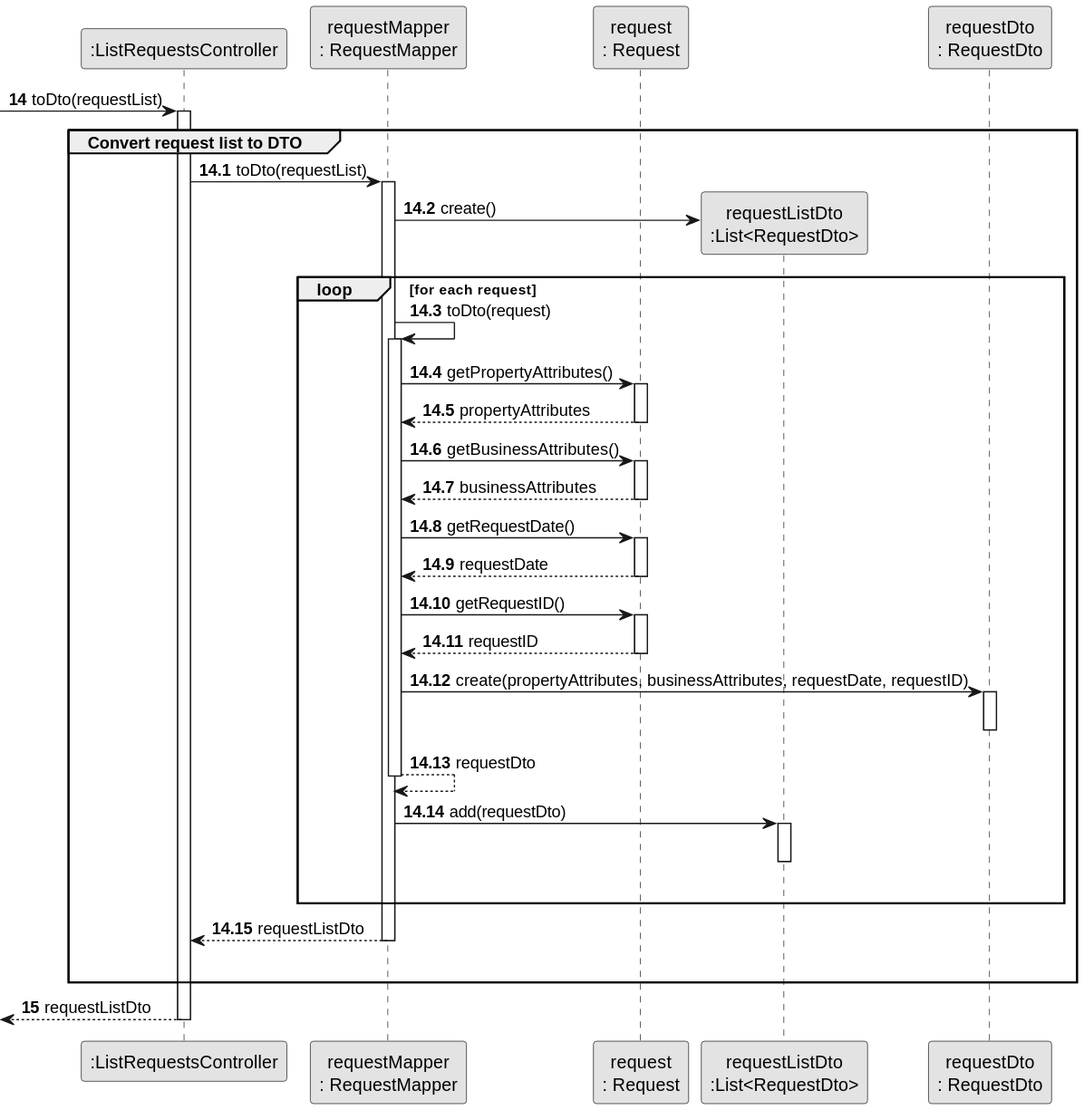
rita-barbosa/LAPR2-2223 keeps this PlantUML diagram as docs/sprintD/us008/03.design/svg/us008-sequence-diagram-partial-convert-request-list-to-DTO.svg. Above is the earlier version. Its diagram source:
```plantuml
@startuml
skinparam monochrome true
skinparam packageStyle rectangle
skinparam shadowing false


participant ":ListRequestsController" as CTRL
participant "requestMapper\n: RequestMapper" as ReqMapper
participant "request\n: Request" as REQUEST
participant "requestListDto\n:List<RequestDto>" as REQLISTDTO
participant "requestDto\n: RequestDto" as ReqDto

autonumber 14
    -> CTRL: toDto(requestList)
    activate CTRL

group Convert request list to DTO

autonumber 14.1
    CTRL -> ReqMapper : toDto(requestList)
    activate ReqMapper

    ReqMapper -> REQLISTDTO** : create()

    loop for each request
    ReqMapper -> ReqMapper : toDto(request)
    activate ReqMapper

    ReqMapper -> REQUEST : getPropertyAttributes()
    activate REQUEST

    REQUEST --> ReqMapper : propertyAttributes
    deactivate REQUEST

    ReqMapper -> REQUEST : getBusinessAttributes()
    activate REQUEST

    REQUEST --> ReqMapper : businessAttributes
    deactivate REQUEST

    ReqMapper -> REQUEST : getRequestDate()
    activate REQUEST

    REQUEST --> ReqMapper : requestDate
    deactivate REQUEST

    ReqMapper -> REQUEST : getRequestID()
    activate REQUEST

    REQUEST --> ReqMapper : requestID
    deactivate REQUEST

    ReqMapper -> ReqDto : create(propertyAttributes, businessAttributes, requestDate, requestID)
    activate ReqDto
    deactivate ReqDto

    ReqMapper --> ReqMapper : requestDto
    deactivate ReqMapper

    ReqMapper -> REQLISTDTO : add(requestDto)
    activate REQLISTDTO
    deactivate REQLISTDTO
    |||
    end

    ReqMapper --> CTRL : requestListDto
    deactivate ReqMapper
    |||

end group
autonumber 15
     <-- CTRL: requestListDto
     deactivate CTRL
@enduml
```
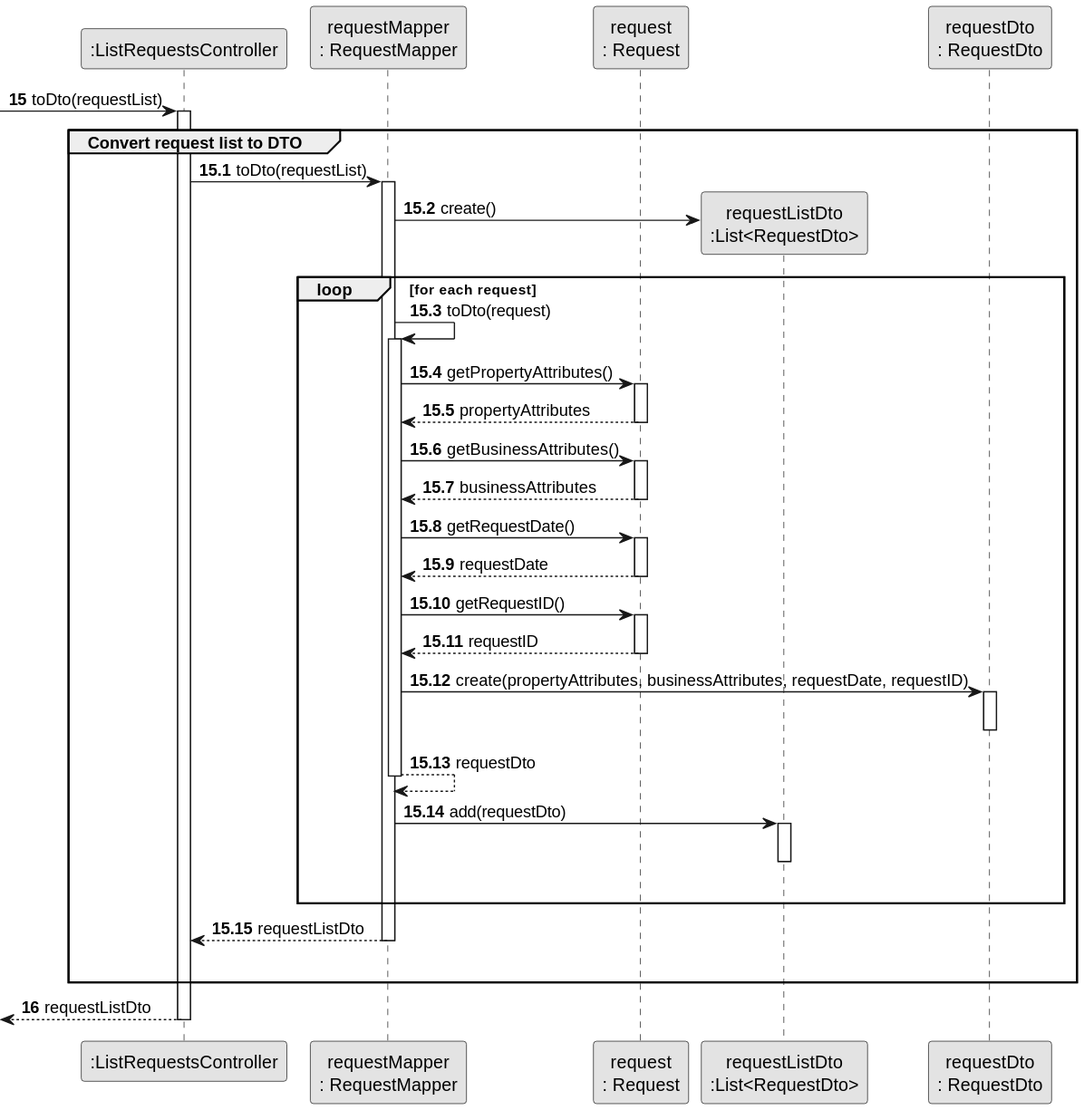
Later version of the same file.

Change to the diagram source:
```diff
@@ -10,13 +10,13 @@
 participant "requestListDto\n:List<RequestDto>" as REQLISTDTO
 participant "requestDto\n: RequestDto" as ReqDto
 
-autonumber 14
+autonumber 15
     -> CTRL: toDto(requestList)
     activate CTRL
 
 group Convert request list to DTO
 
-autonumber 14.1
+autonumber 15.1
     CTRL -> ReqMapper : toDto(requestList)
     activate ReqMapper
 
@@ -68,7 +68,7 @@
     |||
 
 end group
-autonumber 15
+autonumber 16
      <-- CTRL: requestListDto
      deactivate CTRL
 @enduml
```
